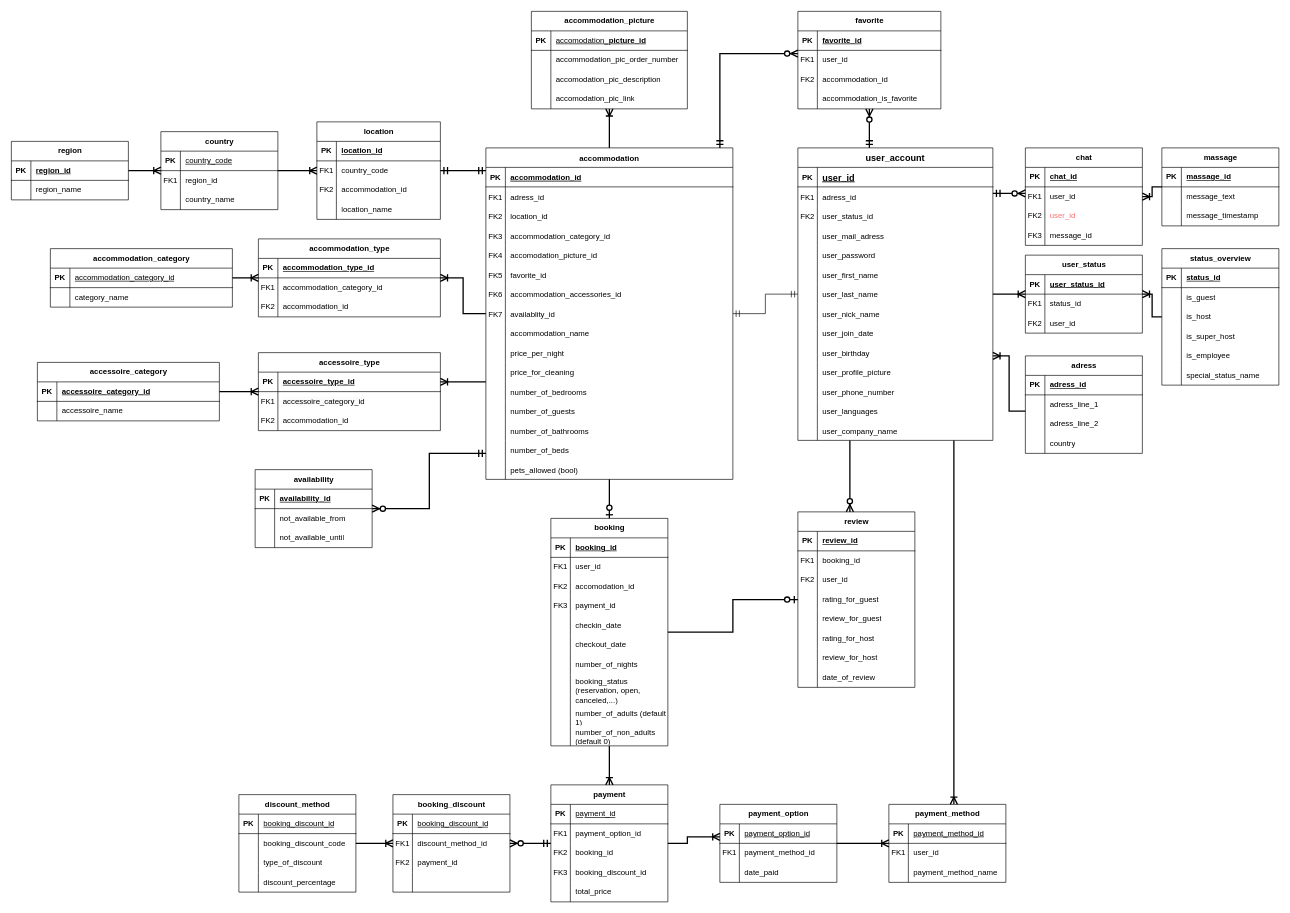
DaSteff91/SQL_Repo keeps this draw.io diagram as Steffbnb.drawio. Above is the earlier version. Source tidied: cells renumbered, new cells numbered last; positions are measured from the earlier drawing's top-left corner, leaving out a move shared by most shapes. Both pictures are drawn from the tidied source at 65%, with x=0, y=0 at pixel (11, 11).
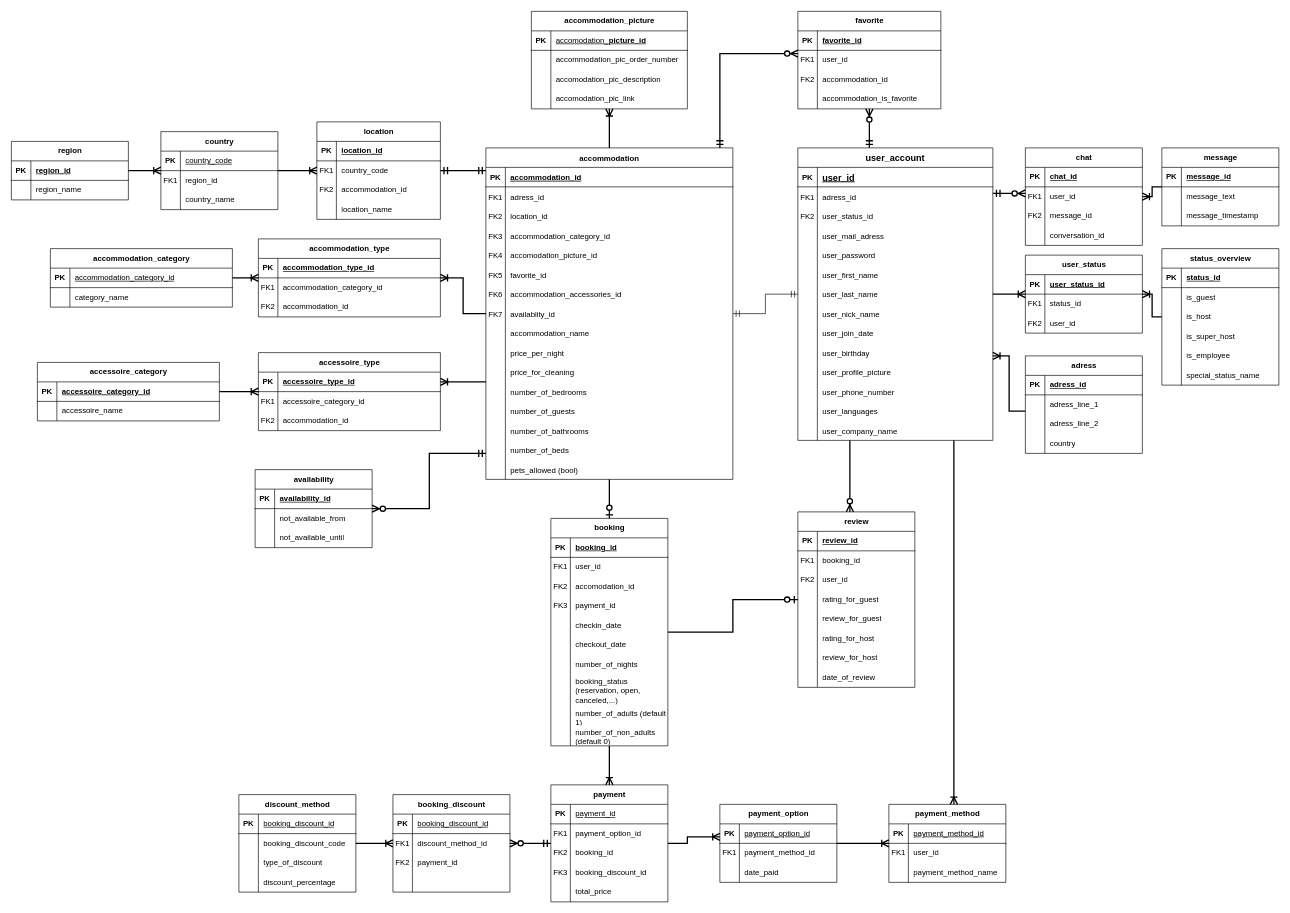
The same diagram, later.

The change refers to these unchanged cells:
```xml
<mxCell id="211" value="chat" style="shape=table;startSize=30;childLayout=tableLayout;rowLines=0;fontStyle=1;align=center;html=1;" parent="1" vertex="1">
  <mxGeometry x="1560" y="210" width="180" height="150" as="geometry" />
</mxCell>
<mxCell id="225" style="shape=tableRow;horizontal=0;startSize=0;swimlaneHead=0;swimlaneBody=0;fillColor=none;top=0;left=0;right=0;bottom=1;" parent="224" vertex="1">
  <mxGeometry y="30" width="180" height="30" as="geometry" />
</mxCell>
```

The edit, as a diff of the source:
```diff
@@
-    <mxCell id="218" style="shape=tableRow;horizontal=0;startSize=0;swimlaneHead=0;swimlaneBody=0;fillColor=none;top=0;left=0;right=0;bottom=0;swimlaneFillColor=default;strokeColor=#FF5C5C;" parent="211" vertex="1">
-      <mxGeometry y="90" width="180" height="30" as="geometry" />
-    </mxCell>
-    <mxCell id="219" value="FK2" style="shape=partialRectangle;fillColor=none;top=0;left=0;bottom=0;right=0;overflow=hidden;whiteSpace=wrap;html=1;" parent="218" vertex="1">
-      <mxGeometry width="30" height="30" as="geometry" />
-    </mxCell>
-    <mxCell id="220" value="&lt;font color=&quot;#ff6e6e&quot;&gt;user_id&lt;/font&gt;" style="shape=partialRectangle;fillColor=none;top=0;left=0;bottom=0;right=0;align=left;spacingLeft=6;overflow=hidden;whiteSpace=wrap;html=1;" parent="218" vertex="1">
-      <mxGeometry x="30" width="150" height="30" as="geometry" />
-    </mxCell>
     <mxCell id="221" style="shape=tableRow;horizontal=0;startSize=0;swimlaneHead=0;swimlaneBody=0;fillColor=none;top=0;left=0;right=0;bottom=0;" parent="211" vertex="1">
-      <mxGeometry y="120" width="180" height="30" as="geometry" />
+      <mxGeometry y="90" width="180" height="30" as="geometry" />
     </mxCell>
-    <mxCell id="222" value="FK3" style="shape=partialRectangle;fillColor=none;top=0;left=0;bottom=0;right=0;overflow=hidden;whiteSpace=wrap;html=1;" parent="221" vertex="1">
+    <mxCell id="222" value="FK2" style="shape=partialRectangle;fillColor=none;top=0;left=0;bottom=0;right=0;overflow=hidden;whiteSpace=wrap;html=1;" parent="221" vertex="1">
       <mxGeometry width="30" height="30" as="geometry" />
     </mxCell>
@@
+    <mxCell id="404" style="shape=tableRow;horizontal=0;startSize=0;swimlaneHead=0;swimlaneBody=0;fillColor=none;top=0;left=0;right=0;bottom=0;" parent="211" vertex="1">
+      <mxGeometry y="120" width="180" height="30" as="geometry" />
+    </mxCell>
+    <mxCell id="405" style="shape=partialRectangle;fillColor=none;top=0;left=0;bottom=0;right=0;overflow=hidden;whiteSpace=wrap;html=1;" parent="404" vertex="1">
+      <mxGeometry width="30" height="30" as="geometry" />
+    </mxCell>
+    <mxCell id="406" value="conversation_id" style="shape=partialRectangle;fillColor=none;top=0;left=0;bottom=0;right=0;align=left;spacingLeft=6;overflow=hidden;whiteSpace=wrap;html=1;" parent="404" vertex="1">
+      <mxGeometry x="30" width="150" height="30" as="geometry" />
+    </mxCell>
-    <mxCell id="224" value="massage" style="shape=table;startSize=30;childLayout=tableLayout;rowLines=0;fontStyle=1;align=center;html=1;" parent="1" vertex="1">
+    <mxCell id="224" value="message" style="shape=table;startSize=30;childLayout=tableLayout;rowLines=0;fontStyle=1;align=center;html=1;" parent="1" vertex="1">
       <mxGeometry x="1770" y="210" width="180" height="120" as="geometry" />
     </mxCell>
@@
-    <mxCell id="227" value="massage_id" style="shape=partialRectangle;fillColor=none;top=0;left=0;bottom=0;right=0;align=left;spacingLeft=6;fontStyle=5;overflow=hidden;whiteSpace=wrap;html=1;" parent="225" vertex="1">
+    <mxCell id="227" value="message_id" style="shape=partialRectangle;fillColor=none;top=0;left=0;bottom=0;right=0;align=left;spacingLeft=6;fontStyle=5;overflow=hidden;whiteSpace=wrap;html=1;" parent="225" vertex="1">
       <mxGeometry x="30" width="150" height="30" as="geometry" />
     </mxCell>
```
